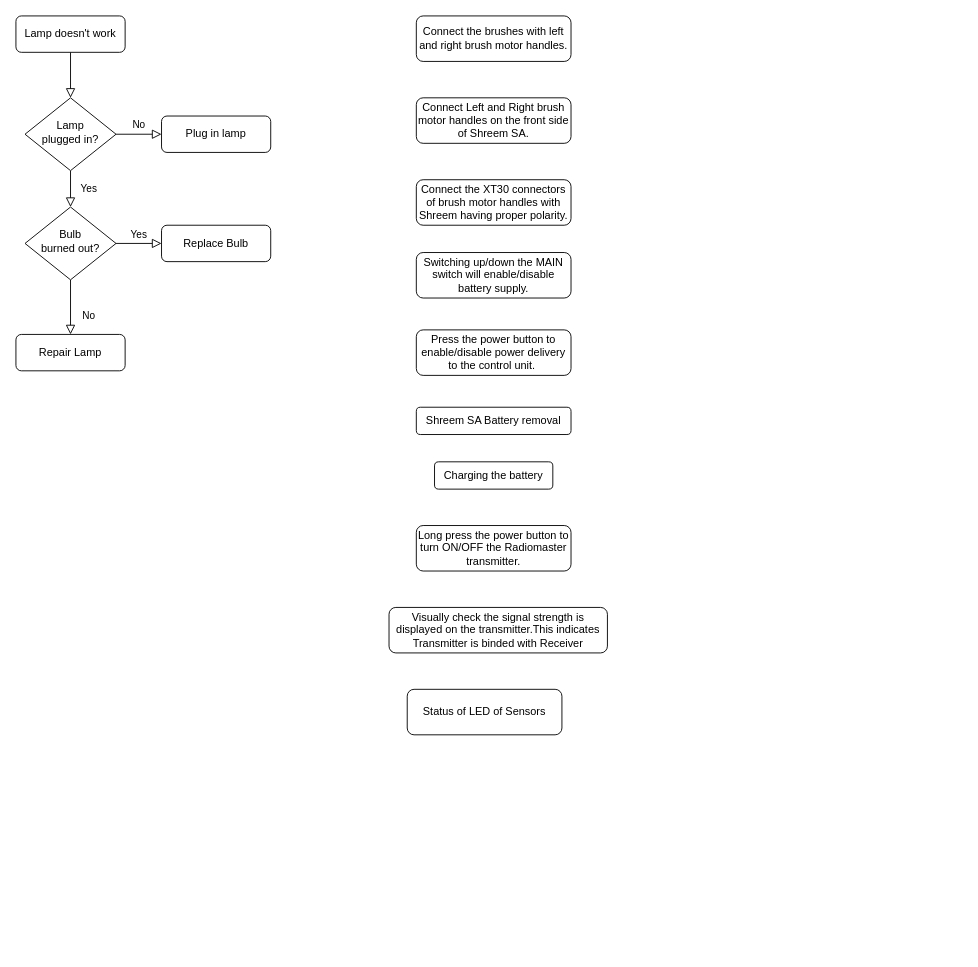
Earlier version of the draw.io diagram ShreemSA_Operations.drawio (AbhishekMitra-AIT/flowcharts). Source tidied: cells renumbered, new cells numbered last; positions are measured from the earlier drawing's top-left corner, leaving out a move shared by most shapes. Both pictures are drawn from the tidied source at 91%, with x=0, y=0 at pixel (15, 15).
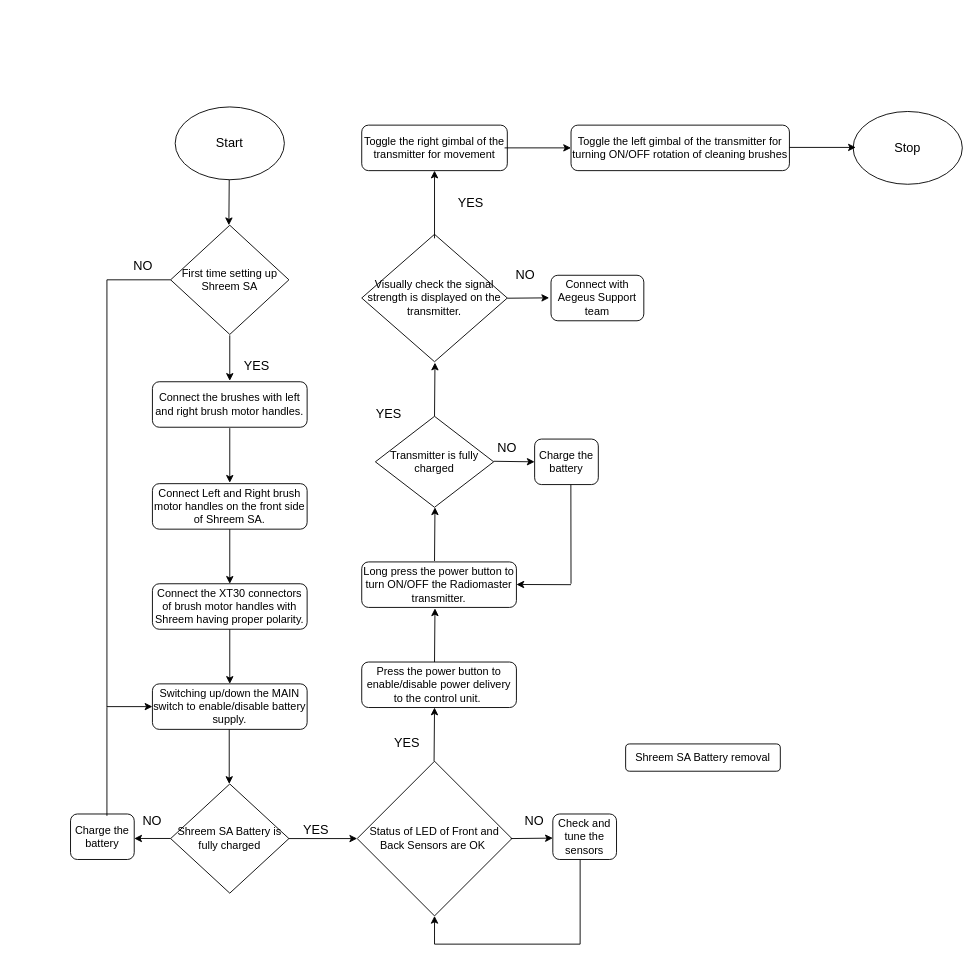
After the change.

Change to the diagram source:
```diff
@@
-    <mxCell id="2" style="rounded=0;html=1;jettySize=auto;fontSize=11;endArrow=block;endFill=0;endSize=8;strokeWidth=1;shadow=0;labelBackgroundColor=none;edgeStyle=orthogonalEdgeStyle;" parent="1" edge="1" source="3" target="6">
-      <mxGeometry relative="1" as="geometry" />
-    </mxCell>
-    <mxCell id="3" value="Lamp doesn't work" style="rounded=1;whiteSpace=wrap;html=1;fontSize=12;glass=0;strokeWidth=1;shadow=0;" parent="1" vertex="1">
-      <mxGeometry width="120" height="40" as="geometry" />
-    </mxCell>
-    <mxCell id="4" value="Yes" style="rounded=0;html=1;jettySize=auto;fontSize=11;endArrow=block;endFill=0;endSize=8;strokeWidth=1;shadow=0;labelBackgroundColor=none;edgeStyle=orthogonalEdgeStyle;" parent="1" edge="1" source="6" target="10">
-      <mxGeometry y="20" relative="1" as="geometry" />
-    </mxCell>
-    <mxCell id="5" value="No" style="edgeStyle=orthogonalEdgeStyle;rounded=0;html=1;jettySize=auto;fontSize=11;endArrow=block;endFill=0;endSize=8;strokeWidth=1;shadow=0;labelBackgroundColor=none;" parent="1" edge="1" source="6" target="7">
-      <mxGeometry y="10" relative="1" as="geometry" />
-    </mxCell>
-    <mxCell id="6" value="Lamp&lt;br&gt;plugged in?" style="rhombus;whiteSpace=wrap;html=1;shadow=0;fontFamily=Helvetica;fontSize=12;align=center;strokeWidth=1;spacing=6;spacingTop=-4;" parent="1" vertex="1">
-      <mxGeometry x="10" y="90" width="100" height="80" as="geometry" />
-    </mxCell>
-    <mxCell id="7" value="Plug in lamp" style="rounded=1;whiteSpace=wrap;html=1;fontSize=12;glass=0;strokeWidth=1;shadow=0;" parent="1" vertex="1">
-      <mxGeometry x="160" y="110" width="120" height="40" as="geometry" />
-    </mxCell>
-    <mxCell id="8" value="No" style="rounded=0;html=1;jettySize=auto;fontSize=11;endArrow=block;endFill=0;endSize=8;strokeWidth=1;shadow=0;labelBackgroundColor=none;edgeStyle=orthogonalEdgeStyle;" parent="1" edge="1" source="10" target="11">
-      <mxGeometry x="0.33" y="20" relative="1" as="geometry" />
-    </mxCell>
-    <mxCell id="9" value="Yes" style="edgeStyle=orthogonalEdgeStyle;rounded=0;html=1;jettySize=auto;fontSize=11;endArrow=block;endFill=0;endSize=8;strokeWidth=1;shadow=0;labelBackgroundColor=none;" parent="1" edge="1" source="10" target="12">
-      <mxGeometry y="10" relative="1" as="geometry" />
-    </mxCell>
-    <mxCell id="10" value="Bulb&lt;br&gt;burned out?" style="rhombus;whiteSpace=wrap;html=1;shadow=0;fontFamily=Helvetica;fontSize=12;align=center;strokeWidth=1;spacing=6;spacingTop=-4;" parent="1" vertex="1">
-      <mxGeometry x="10" y="210" width="100" height="80" as="geometry" />
-    </mxCell>
-    <mxCell id="11" value="Repair Lamp" style="rounded=1;whiteSpace=wrap;html=1;fontSize=12;glass=0;strokeWidth=1;shadow=0;" parent="1" vertex="1">
-      <mxGeometry y="350" width="120" height="40" as="geometry" />
-    </mxCell>
-    <mxCell id="12" value="Replace Bulb" style="rounded=1;whiteSpace=wrap;html=1;fontSize=12;glass=0;strokeWidth=1;shadow=0;" parent="1" vertex="1">
-      <mxGeometry x="160" y="230" width="120" height="40" as="geometry" />
-    </mxCell>
-    <mxCell id="13" value="&lt;b style=&quot;font-weight:normal;&quot; id=&quot;docs-internal-guid-2e249a21-7fff-e4dd-7441-454af6d186e4&quot;&gt;&lt;p dir=&quot;ltr&quot; style=&quot;line-height:1.2;text-align: center;margin-top:0pt;margin-bottom:0pt;&quot;&gt;&lt;br&gt;&lt;/p&gt;&lt;/b&gt;" style="text;whiteSpace=wrap;html=1;" parent="1" vertex="1">
-      <mxGeometry x="410" y="20" width="210" height="60" as="geometry" />
-    </mxCell>
     <mxCell id="14" value="&lt;span style=&quot;font-family: Arial, sans-serif; white-space-collapse: preserve;&quot;&gt;&lt;font&gt;Connect the brushes with left and right brush motor handles.&lt;/font&gt;&lt;/span&gt;" style="rounded=1;whiteSpace=wrap;html=1;fontSize=12;glass=0;strokeWidth=1;shadow=0;" parent="1" vertex="1">
-      <mxGeometry x="440" width="170" height="50" as="geometry" />
+      <mxGeometry x="150" y="402" width="170" height="50" as="geometry" />
     </mxCell>
     <mxCell id="15" value="Connect Left and Right brush motor handles on the front side of Shreem SA." style="rounded=1;whiteSpace=wrap;html=1;fontSize=12;glass=0;strokeWidth=1;shadow=0;" parent="1" vertex="1">
-      <mxGeometry x="440" y="90" width="170" height="50" as="geometry" />
+      <mxGeometry x="150" y="514" width="170" height="50" as="geometry" />
     </mxCell>
     <mxCell id="16" value="Connect the XT30 connectors of brush motor handles with Shreem having proper polarity." style="rounded=1;whiteSpace=wrap;html=1;fontSize=12;glass=0;strokeWidth=1;shadow=0;" parent="1" vertex="1">
-      <mxGeometry x="440" y="180" width="170" height="50" as="geometry" />
+      <mxGeometry x="150" y="624" width="170" height="50" as="geometry" />
     </mxCell>
-    <mxCell id="17" value="&lt;div&gt;Switching up/down the MAIN switch will enable/disable battery supply.&lt;/div&gt;" style="rounded=1;whiteSpace=wrap;html=1;fontSize=12;glass=0;strokeWidth=1;shadow=0;" parent="1" vertex="1">
-      <mxGeometry x="440" y="260" width="170" height="50" as="geometry" />
+    <mxCell id="17" value="&lt;div&gt;Switching up/down the MAIN switch to enable/disable battery supply.&lt;/div&gt;" style="rounded=1;whiteSpace=wrap;html=1;fontSize=12;glass=0;strokeWidth=1;shadow=0;" parent="1" vertex="1">
+      <mxGeometry x="150" y="734" width="170" height="50" as="geometry" />
     </mxCell>
     <mxCell id="18" value="&lt;div&gt;Press the power button to enable/disable power delivery to the control unit.&amp;nbsp;&lt;/div&gt;" style="rounded=1;whiteSpace=wrap;html=1;fontSize=12;glass=0;strokeWidth=1;shadow=0;" parent="1" vertex="1">
-      <mxGeometry x="440" y="345" width="170" height="50" as="geometry" />
+      <mxGeometry x="380" y="710" width="170" height="50" as="geometry" />
     </mxCell>
     <mxCell id="19" value="Shreem SA Battery removal" style="rounded=1;whiteSpace=wrap;html=1;fontSize=12;glass=0;strokeWidth=1;shadow=0;" parent="1" vertex="1">
-      <mxGeometry x="440" y="430" width="170" height="30" as="geometry" />
+      <mxGeometry x="670" y="800" width="170" height="30" as="geometry" />
     </mxCell>
-    <mxCell id="20" value="&lt;div&gt;Charging the battery&lt;/div&gt;" style="rounded=1;whiteSpace=wrap;html=1;fontSize=12;glass=0;strokeWidth=1;shadow=0;" parent="1" vertex="1">
-      <mxGeometry x="460" y="490" width="130" height="30" as="geometry" />
-    </mxCell>
     <mxCell id="21" value="&lt;div&gt;Long press the power button to turn ON/OFF the Radiomaster transmitter.&lt;/div&gt;" style="rounded=1;whiteSpace=wrap;html=1;fontSize=12;glass=0;strokeWidth=1;shadow=0;" parent="1" vertex="1">
-      <mxGeometry x="440" y="560" width="170" height="50" as="geometry" />
+      <mxGeometry x="380" y="600" width="170" height="50" as="geometry" />
     </mxCell>
-    <mxCell id="22" value="Visually check the signal strength is displayed on the transmitter.This indicates Transmitter is binded with Receiver" style="rounded=1;whiteSpace=wrap;html=1;fontSize=12;glass=0;strokeWidth=1;shadow=0;" parent="1" vertex="1">
-      <mxGeometry x="410" y="650" width="240" height="50" as="geometry" />
+    <mxCell id="22" value="Toggle the right gimbal of the transmitter for movement" style="rounded=1;whiteSpace=wrap;html=1;fontSize=12;glass=0;strokeWidth=1;shadow=0;" parent="1" vertex="1">
+      <mxGeometry x="380" y="120" width="160" height="50" as="geometry" />
     </mxCell>
-    <mxCell id="23" value="Status of LED of Sensors" style="rounded=1;whiteSpace=wrap;html=1;fontSize=12;glass=0;strokeWidth=1;shadow=0;" parent="1" vertex="1">
-      <mxGeometry x="430" y="740" width="170" height="50" as="geometry" />
-    </mxCell>
+    <mxCell id="24" style="endArrow=classic;html=1;rounded=0;exitX=0.5;exitY=1;exitDx=0;exitDy=0;entryX=0.5;entryY=0;entryDx=0;entryDy=0;" parent="1" edge="1">
+      <mxGeometry relative="1" as="geometry">
+        <mxPoint x="235" y="351" as="sourcePoint" />
+        <mxPoint x="235" y="401" as="targetPoint" />
+      </mxGeometry>
+    </mxCell>
+    <mxCell id="25" value="&lt;font style=&quot;font-size: 14px;&quot;&gt;Start&lt;/font&gt;" style="ellipse;whiteSpace=wrap;html=1;" parent="1" vertex="1">
+      <mxGeometry x="175" y="100" width="120" height="80" as="geometry" />
+    </mxCell>
+    <mxCell id="26" value="&lt;span style=&quot;font-family: Arial, sans-serif; white-space-collapse: preserve;&quot;&gt;&lt;font&gt;First time setting up Shreem SA&lt;/font&gt;&lt;/span&gt;" style="rhombus;whiteSpace=wrap;html=1;" parent="1" vertex="1">
+      <mxGeometry x="170" y="230" width="130" height="120" as="geometry" />
+    </mxCell>
+    <mxCell id="27" style="endArrow=classic;html=1;rounded=0;exitX=0.5;exitY=1;exitDx=0;exitDy=0;" parent="1" edge="1">
+      <mxGeometry relative="1" as="geometry">
+        <mxPoint x="234.4" y="180" as="sourcePoint" />
+        <mxPoint x="234" y="230" as="targetPoint" />
+      </mxGeometry>
+    </mxCell>
+    <mxCell id="28" value="&lt;font style=&quot;font-size: 14px;&quot;&gt;YES&lt;/font&gt;" style="text;html=1;align=center;verticalAlign=middle;whiteSpace=wrap;rounded=0;" parent="1" vertex="1">
+      <mxGeometry x="235" y="370" width="60" height="30" as="geometry" />
+    </mxCell>
+    <mxCell id="29" value="&lt;font style=&quot;font-size: 14px;&quot;&gt;NO&lt;/font&gt;" style="text;html=1;align=center;verticalAlign=middle;whiteSpace=wrap;rounded=0;" parent="1" vertex="1">
+      <mxGeometry x="110" y="260" width="60" height="30" as="geometry" />
+    </mxCell>
+    <mxCell id="30" style="endArrow=classic;html=1;rounded=0;exitX=0.5;exitY=1;exitDx=0;exitDy=0;entryX=0.5;entryY=0;entryDx=0;entryDy=0;" parent="1" edge="1">
+      <mxGeometry relative="1" as="geometry">
+        <mxPoint x="235" y="453" as="sourcePoint" />
+        <mxPoint x="235" y="513" as="targetPoint" />
+      </mxGeometry>
+    </mxCell>
+    <mxCell id="31" style="endArrow=classic;html=1;rounded=0;exitX=0.5;exitY=1;exitDx=0;exitDy=0;entryX=0.5;entryY=0;entryDx=0;entryDy=0;" parent="1" edge="1">
+      <mxGeometry relative="1" as="geometry">
+        <mxPoint x="235" y="564" as="sourcePoint" />
+        <mxPoint x="235" y="624" as="targetPoint" />
+      </mxGeometry>
+    </mxCell>
+    <mxCell id="32" style="endArrow=classic;html=1;rounded=0;exitX=0.5;exitY=1;exitDx=0;exitDy=0;entryX=0.5;entryY=0;entryDx=0;entryDy=0;" parent="1" edge="1">
+      <mxGeometry relative="1" as="geometry">
+        <mxPoint x="235" y="674" as="sourcePoint" />
+        <mxPoint x="235" y="734" as="targetPoint" />
+      </mxGeometry>
+    </mxCell>
+    <mxCell id="33" style="endArrow=classic;html=1;rounded=0;exitX=0.5;exitY=1;exitDx=0;exitDy=0;entryX=0.5;entryY=0;entryDx=0;entryDy=0;" parent="1" edge="1">
+      <mxGeometry relative="1" as="geometry">
+        <mxPoint x="234.4" y="784" as="sourcePoint" />
+        <mxPoint x="234.4" y="844" as="targetPoint" />
+      </mxGeometry>
+    </mxCell>
+    <mxCell id="34" value="Shreem SA Battery is fully charged" style="rhombus;whiteSpace=wrap;html=1;" parent="1" vertex="1">
+      <mxGeometry x="170" y="844" width="130" height="120" as="geometry" />
+    </mxCell>
+    <mxCell id="35" value="&lt;font style=&quot;font-size: 14px;&quot;&gt;YES&lt;/font&gt;" style="text;html=1;align=center;verticalAlign=middle;whiteSpace=wrap;rounded=0;" parent="1" vertex="1">
+      <mxGeometry x="300" y="879" width="60" height="30" as="geometry" />
+    </mxCell>
+    <mxCell id="36" style="endArrow=classic;html=1;rounded=0;exitX=0.5;exitY=1;exitDx=0;exitDy=0;entryX=0;entryY=0.5;entryDx=0;entryDy=0;" parent="1" edge="1" target="45">
+      <mxGeometry relative="1" as="geometry">
+        <mxPoint x="300" y="904" as="sourcePoint" />
+      </mxGeometry>
+    </mxCell>
+    <mxCell id="37" style="endArrow=none;html=1;rounded=0;entryX=0;entryY=0.5;entryDx=0;entryDy=0;" parent="1" edge="1" target="26">
+      <mxGeometry relative="1" as="geometry">
+        <mxPoint x="100" y="290" as="sourcePoint" />
+      </mxGeometry>
+    </mxCell>
+    <mxCell id="38" style="endArrow=none;html=1;rounded=0;" parent="1" edge="1">
+      <mxGeometry relative="1" as="geometry">
+        <mxPoint x="100" y="760" as="sourcePoint" />
+        <mxPoint x="100" y="290" as="targetPoint" />
+      </mxGeometry>
+    </mxCell>
+    <mxCell id="39" style="endArrow=classic;html=1;rounded=0;entryX=0;entryY=0.5;entryDx=0;entryDy=0;" parent="1" edge="1" target="17">
+      <mxGeometry relative="1" as="geometry">
+        <mxPoint x="100" y="759" as="sourcePoint" />
+      </mxGeometry>
+    </mxCell>
+    <mxCell id="40" value="&lt;div&gt;Charge the battery&lt;/div&gt;" style="rounded=1;whiteSpace=wrap;html=1;fontSize=12;glass=0;strokeWidth=1;shadow=0;" parent="1" vertex="1">
+      <mxGeometry x="60" y="877" width="70" height="50" as="geometry" />
+    </mxCell>
+    <mxCell id="41" style="endArrow=classic;html=1;rounded=0;entryX=1;entryY=0.5;entryDx=0;entryDy=0;" parent="1" edge="1">
+      <mxGeometry relative="1" as="geometry">
+        <mxPoint x="170" y="903.9" as="sourcePoint" />
+        <mxPoint x="130" y="903.9" as="targetPoint" />
+      </mxGeometry>
+    </mxCell>
+    <mxCell id="42" value="&lt;font style=&quot;font-size: 14px;&quot;&gt;NO&lt;/font&gt;" style="text;html=1;align=center;verticalAlign=middle;whiteSpace=wrap;rounded=0;" parent="1" vertex="1">
+      <mxGeometry x="120" y="870" width="60" height="30" as="geometry" />
+    </mxCell>
+    <mxCell id="43" style="endArrow=none;html=1;rounded=0;" parent="1" edge="1">
+      <mxGeometry relative="1" as="geometry">
+        <mxPoint x="100" y="879" as="sourcePoint" />
+        <mxPoint x="100" y="760" as="targetPoint" />
+      </mxGeometry>
+    </mxCell>
+    <mxCell id="44" style="endArrow=classic;html=1;rounded=0;exitX=0.5;exitY=1;exitDx=0;exitDy=0;" parent="1" edge="1">
+      <mxGeometry relative="1" as="geometry">
+        <mxPoint x="460" y="710" as="sourcePoint" />
+        <mxPoint x="460.5" y="651" as="targetPoint" />
+      </mxGeometry>
+    </mxCell>
+    <mxCell id="45" value="Status of LED of Front and Back Sensors are OK&amp;nbsp;" style="rhombus;whiteSpace=wrap;html=1;" parent="1" vertex="1">
+      <mxGeometry x="375" y="819" width="170" height="170" as="geometry" />
+    </mxCell>
+    <mxCell id="46" style="endArrow=classic;html=1;rounded=0;exitX=0.5;exitY=1;exitDx=0;exitDy=0;" parent="1" edge="1">
+      <mxGeometry relative="1" as="geometry">
+        <mxPoint x="459.5" y="819" as="sourcePoint" />
+        <mxPoint x="460" y="760" as="targetPoint" />
+      </mxGeometry>
+    </mxCell>
+    <mxCell id="47" value="&lt;font style=&quot;font-size: 14px;&quot;&gt;YES&lt;/font&gt;" style="text;html=1;align=center;verticalAlign=middle;whiteSpace=wrap;rounded=0;" parent="1" vertex="1">
+      <mxGeometry x="400" y="784" width="60" height="30" as="geometry" />
+    </mxCell>
+    <mxCell id="48" value="&lt;font style=&quot;font-size: 14px;&quot;&gt;NO&lt;/font&gt;" style="text;html=1;align=center;verticalAlign=middle;whiteSpace=wrap;rounded=0;" parent="1" vertex="1">
+      <mxGeometry x="540" y="870" width="60" height="30" as="geometry" />
+    </mxCell>
+    <mxCell id="49" style="endArrow=classic;html=1;rounded=0;entryX=0;entryY=0.5;entryDx=0;entryDy=0;exitX=0.993;exitY=0.5;exitDx=0;exitDy=0;exitPerimeter=0;" parent="1" edge="1" source="45">
+      <mxGeometry relative="1" as="geometry">
+        <mxPoint x="590" y="903.5" as="targetPoint" />
+      </mxGeometry>
+    </mxCell>
+    <mxCell id="50" value="&lt;div&gt;Check and tune the sensors&lt;/div&gt;" style="rounded=1;whiteSpace=wrap;html=1;fontSize=12;glass=0;strokeWidth=1;shadow=0;" parent="1" vertex="1">
+      <mxGeometry x="590" y="877" width="70" height="50" as="geometry" />
+    </mxCell>
+    <mxCell id="51" style="endArrow=classic;html=1;rounded=0;" parent="1" edge="1">
+      <mxGeometry relative="1" as="geometry">
+        <mxPoint x="460" y="1020" as="sourcePoint" />
+        <mxPoint x="460" y="989" as="targetPoint" />
+        <Array as="points">
+          <mxPoint x="460" y="1010" />
+        </Array>
+      </mxGeometry>
+    </mxCell>
+    <mxCell id="52" style="endArrow=none;html=1;rounded=0;" parent="1" edge="1">
+      <mxGeometry relative="1" as="geometry">
+        <mxPoint x="620" y="1020" as="sourcePoint" />
+        <mxPoint x="620" y="927" as="targetPoint" />
+      </mxGeometry>
+    </mxCell>
+    <mxCell id="53" style="endArrow=none;html=1;rounded=0;" parent="1" edge="1">
+      <mxGeometry relative="1" as="geometry">
+        <mxPoint x="460" y="1020" as="sourcePoint" />
+        <mxPoint x="620" y="1020" as="targetPoint" />
+      </mxGeometry>
+    </mxCell>
+    <mxCell id="54" style="endArrow=classic;html=1;rounded=0;exitX=0.5;exitY=1;exitDx=0;exitDy=0;" parent="1" edge="1">
+      <mxGeometry relative="1" as="geometry">
+        <mxPoint x="460" y="599" as="sourcePoint" />
+        <mxPoint x="460.5" y="540" as="targetPoint" />
+      </mxGeometry>
+    </mxCell>
+    <mxCell id="55" value="Transmitter is fully charged" style="rhombus;whiteSpace=wrap;html=1;" parent="1" vertex="1">
+      <mxGeometry x="395" y="440" width="130" height="100" as="geometry" />
+    </mxCell>
+    <mxCell id="56" value="&lt;font style=&quot;font-size: 14px;&quot;&gt;YES&lt;/font&gt;" style="text;html=1;align=center;verticalAlign=middle;whiteSpace=wrap;rounded=0;" parent="1" vertex="1">
+      <mxGeometry x="380" y="422" width="60" height="30" as="geometry" />
+    </mxCell>
+    <mxCell id="57" style="endArrow=classic;html=1;rounded=0;exitX=0.5;exitY=1;exitDx=0;exitDy=0;" parent="1" edge="1">
+      <mxGeometry relative="1" as="geometry">
+        <mxPoint x="460" y="440" as="sourcePoint" />
+        <mxPoint x="460.5" y="381" as="targetPoint" />
+      </mxGeometry>
+    </mxCell>
+    <mxCell id="58" value="Visually check the signal strength is displayed on the transmitter." style="rhombus;whiteSpace=wrap;html=1;" parent="1" vertex="1">
+      <mxGeometry x="380" y="240" width="160" height="140" as="geometry" />
+    </mxCell>
+    <mxCell id="59" value="&lt;div&gt;Charge the battery&lt;/div&gt;" style="rounded=1;whiteSpace=wrap;html=1;fontSize=12;glass=0;strokeWidth=1;shadow=0;" parent="1" vertex="1">
+      <mxGeometry x="570" y="465" width="70" height="50" as="geometry" />
+    </mxCell>
+    <mxCell id="60" style="endArrow=classic;html=1;rounded=0;exitX=0.5;exitY=1;exitDx=0;exitDy=0;" parent="1" edge="1">
+      <mxGeometry relative="1" as="geometry">
+        <mxPoint x="525" y="489.4" as="sourcePoint" />
+        <mxPoint x="570" y="490" as="targetPoint" />
+      </mxGeometry>
+    </mxCell>
+    <mxCell id="61" value="&lt;font style=&quot;font-size: 14px;&quot;&gt;NO&lt;/font&gt;" style="text;html=1;align=center;verticalAlign=middle;whiteSpace=wrap;rounded=0;" parent="1" vertex="1">
+      <mxGeometry x="510" y="460" width="60" height="30" as="geometry" />
+    </mxCell>
+    <mxCell id="62" style="endArrow=classic;html=1;rounded=0;entryX=1;entryY=0.5;entryDx=0;entryDy=0;" parent="1" edge="1">
+      <mxGeometry relative="1" as="geometry">
+        <mxPoint x="610" y="625" as="sourcePoint" />
+        <mxPoint x="550" y="624.8" as="targetPoint" />
+      </mxGeometry>
+    </mxCell>
+    <mxCell id="63" style="endArrow=none;html=1;rounded=0;entryX=0.569;entryY=1.002;entryDx=0;entryDy=0;entryPerimeter=0;" parent="1" edge="1" target="59">
+      <mxGeometry relative="1" as="geometry">
+        <mxPoint x="610" y="624" as="sourcePoint" />
+      </mxGeometry>
+    </mxCell>
+    <mxCell id="64" value="&lt;font style=&quot;font-size: 14px;&quot;&gt;YES&lt;/font&gt;" style="text;html=1;align=center;verticalAlign=middle;whiteSpace=wrap;rounded=0;" parent="1" vertex="1">
+      <mxGeometry x="470" y="190" width="60" height="30" as="geometry" />
+    </mxCell>
+    <mxCell id="65" style="endArrow=classic;html=1;rounded=0;exitX=0.5;exitY=1;exitDx=0;exitDy=0;" parent="1" edge="1">
+      <mxGeometry relative="1" as="geometry">
+        <mxPoint x="460" y="244.4" as="sourcePoint" />
+        <mxPoint x="460" y="170" as="targetPoint" />
+      </mxGeometry>
+    </mxCell>
+    <mxCell id="66" value="Toggle the left gimbal of the transmitter for turning ON/OFF rotation of cleaning brushes" style="rounded=1;whiteSpace=wrap;html=1;fontSize=12;glass=0;strokeWidth=1;shadow=0;" parent="1" vertex="1">
+      <mxGeometry x="610" y="120" width="240" height="50" as="geometry" />
+    </mxCell>
+    <mxCell id="67" value="&lt;font style=&quot;font-size: 14px;&quot;&gt;NO&lt;/font&gt;" style="text;html=1;align=center;verticalAlign=middle;whiteSpace=wrap;rounded=0;" parent="1" vertex="1">
+      <mxGeometry x="530" y="270" width="60" height="30" as="geometry" />
+    </mxCell>
+    <mxCell id="68" style="endArrow=classic;html=1;rounded=0;entryX=0;entryY=0.5;entryDx=0;entryDy=0;exitX=0.993;exitY=0.5;exitDx=0;exitDy=0;exitPerimeter=0;" parent="1" edge="1">
+      <mxGeometry relative="1" as="geometry">
+        <mxPoint x="540" y="310.2" as="sourcePoint" />
+        <mxPoint x="586" y="309.8" as="targetPoint" />
+      </mxGeometry>
+    </mxCell>
+    <mxCell id="69" value="&lt;font style=&quot;font-size: 14px;&quot;&gt;Stop&lt;/font&gt;" style="ellipse;whiteSpace=wrap;html=1;" parent="1" vertex="1">
+      <mxGeometry x="920" y="105" width="120" height="80" as="geometry" />
+    </mxCell>
+    <mxCell id="70" style="endArrow=classic;html=1;rounded=0;entryX=0;entryY=0.5;entryDx=0;entryDy=0;exitX=0.993;exitY=0.5;exitDx=0;exitDy=0;exitPerimeter=0;" parent="1" edge="1" target="66">
+      <mxGeometry relative="1" as="geometry">
+        <mxPoint x="537" y="145" as="sourcePoint" />
+      </mxGeometry>
+    </mxCell>
+    <mxCell id="71" style="endArrow=classic;html=1;rounded=0;entryX=0;entryY=0.5;entryDx=0;entryDy=0;exitX=0.993;exitY=0.5;exitDx=0;exitDy=0;exitPerimeter=0;" parent="1" edge="1">
+      <mxGeometry relative="1" as="geometry">
+        <mxPoint x="850" y="144.5" as="sourcePoint" />
+        <mxPoint x="923" y="144.5" as="targetPoint" />
+      </mxGeometry>
+    </mxCell>
+    <mxCell id="72" value="&lt;div&gt;Connect with Aegeus Support team&lt;/div&gt;" style="rounded=1;whiteSpace=wrap;html=1;fontSize=12;glass=0;strokeWidth=1;shadow=0;" parent="1" vertex="1">
+      <mxGeometry x="588" y="285" width="102" height="50" as="geometry" />
+    </mxCell>
```
